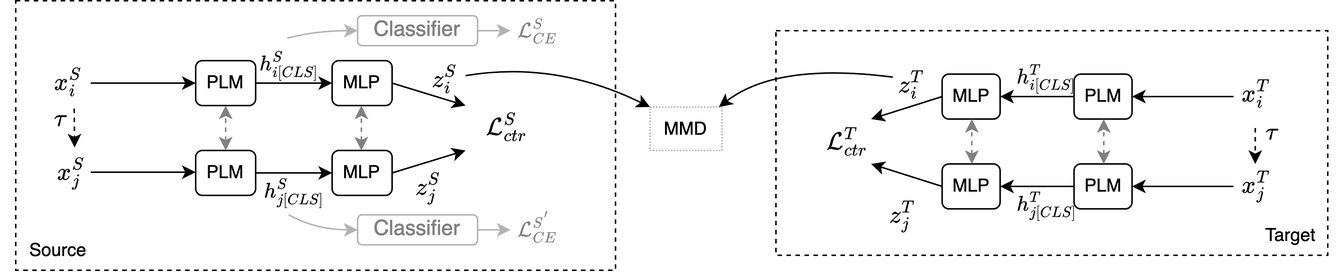
The draw.io diagram conda-framework.png in AmritaBh/ConDA-gen-text-detection, before a commit. Source tidied: cells renumbered, new cells last; positions are measured from the earlier drawing's top-left corner, leaving out a move shared by most shapes. Its diagram source:
```xml
<mxGraphModel math="1">
  <root>
    <mxCell id="0" />
    <mxCell id="1" parent="0" />
    <mxCell id="2" style="rounded=0;whiteSpace=wrap;html=1;fillColor=none;dashed=1;" parent="1" vertex="1">
      <mxGeometry x="517" y="20" width="368" height="150" as="geometry" />
    </mxCell>
    <mxCell id="3" style="rounded=0;whiteSpace=wrap;html=1;fillColor=none;dashed=1;" parent="1" vertex="1">
      <mxGeometry x="10" width="400" height="180" as="geometry" />
    </mxCell>
    <mxCell id="4" value="&lt;font style=&quot;font-size: 13px;&quot;&gt;&lt;font style=&quot;font-size: 14px;&quot;&gt;$$x^S_i$$&lt;/font&gt;&lt;/font&gt;" style="text;html=1;align=center;verticalAlign=middle;strokeColor=none;fillColor=none;" parent="1" vertex="1">
      <mxGeometry y="39" width="90" height="30" as="geometry" />
    </mxCell>
    <mxCell id="5" value="&lt;font style=&quot;font-size: 13px;&quot;&gt;&lt;font style=&quot;font-size: 14px;&quot;&gt;$$x^S_j$$&lt;/font&gt;&lt;/font&gt;" style="text;html=1;align=center;verticalAlign=middle;strokeColor=none;fillColor=none;" parent="1" vertex="1">
      <mxGeometry x="2" y="100" width="90" height="30" as="geometry" />
    </mxCell>
    <mxCell id="6" style="endArrow=classic;html=1;rounded=0;entryX=0.525;entryY=-0.133;entryDx=0;entryDy=0;entryPerimeter=0;strokeWidth=1;dashed=1;" parent="1" edge="1">
      <mxGeometry relative="1" as="geometry">
        <mxPoint x="49" y="72" as="sourcePoint" />
        <mxPoint x="49.2" y="98" as="targetPoint" />
      </mxGeometry>
    </mxCell>
    <mxCell id="7" value="&lt;font style=&quot;font-size: 13px;&quot;&gt;&lt;font style=&quot;font-size: 14px;&quot;&gt;$$\tau$$&lt;/font&gt;&lt;/font&gt;" style="text;html=1;align=center;verticalAlign=middle;strokeColor=none;fillColor=none;" parent="1" vertex="1">
      <mxGeometry y="65" width="80" height="30" as="geometry" />
    </mxCell>
    <mxCell id="8" value="PLM" style="rounded=1;whiteSpace=wrap;html=1;" parent="1" vertex="1">
      <mxGeometry x="130" y="40" width="40" height="30" as="geometry" />
    </mxCell>
    <mxCell id="9" value="PLM" style="rounded=1;whiteSpace=wrap;html=1;" parent="1" vertex="1">
      <mxGeometry x="130" y="100" width="40" height="30" as="geometry" />
    </mxCell>
    <mxCell id="10" style="endArrow=classic;startArrow=classic;html=1;rounded=0;dashed=1;strokeWidth=1;fontSize=14;entryX=0.5;entryY=1;entryDx=0;entryDy=0;exitX=0.5;exitY=0;exitDx=0;exitDy=0;strokeColor=#808080;" parent="1" edge="1" source="9" target="8">
      <mxGeometry relative="1" as="geometry" />
    </mxCell>
    <mxCell id="11" style="endArrow=classic;html=1;rounded=0;strokeWidth=1;fontSize=14;exitX=1;exitY=0.5;exitDx=0;exitDy=0;entryX=0;entryY=0.5;entryDx=0;entryDy=0;" parent="1" edge="1" source="8" target="12">
      <mxGeometry relative="1" as="geometry" />
    </mxCell>
    <mxCell id="12" value="MLP" style="rounded=1;whiteSpace=wrap;html=1;" parent="1" vertex="1">
      <mxGeometry x="221" y="40" width="40" height="30" as="geometry" />
    </mxCell>
    <mxCell id="13" value="MLP" style="rounded=1;whiteSpace=wrap;html=1;" parent="1" vertex="1">
      <mxGeometry x="221" y="100" width="40" height="30" as="geometry" />
    </mxCell>
    <mxCell id="14" style="endArrow=classic;html=1;rounded=0;strokeWidth=1;fontSize=14;exitX=1;exitY=0.5;exitDx=0;exitDy=0;entryX=0;entryY=0.5;entryDx=0;entryDy=0;" parent="1" edge="1" source="9" target="13">
      <mxGeometry relative="1" as="geometry" />
    </mxCell>
    <mxCell id="15" style="endArrow=classic;startArrow=classic;html=1;rounded=0;dashed=1;strokeWidth=1;fontSize=14;entryX=0.5;entryY=1;entryDx=0;entryDy=0;exitX=0.5;exitY=0;exitDx=0;exitDy=0;strokeColor=#808080;" parent="1" edge="1">
      <mxGeometry relative="1" as="geometry">
        <mxPoint x="240.5" y="100" as="sourcePoint" />
        <mxPoint x="240.5" y="70" as="targetPoint" />
      </mxGeometry>
    </mxCell>
    <mxCell id="16" style="endArrow=classic;html=1;rounded=0;strokeColor=#000000;strokeWidth=1;fontSize=14;exitX=1;exitY=0.5;exitDx=0;exitDy=0;" parent="1" edge="1" source="12">
      <mxGeometry relative="1" as="geometry">
        <mxPoint x="310" y="70" as="targetPoint" />
      </mxGeometry>
    </mxCell>
    <mxCell id="17" style="endArrow=classic;html=1;rounded=0;strokeColor=#000000;strokeWidth=1;fontSize=14;exitX=1;exitY=0.5;exitDx=0;exitDy=0;" parent="1" edge="1" source="13">
      <mxGeometry relative="1" as="geometry">
        <mxPoint x="310" y="100" as="targetPoint" />
      </mxGeometry>
    </mxCell>
    <mxCell id="18" value="$$\mathcal{L}^S_{ctr}$$" style="text;html=1;align=center;verticalAlign=middle;strokeColor=none;fillColor=none;fontSize=14;" parent="1" vertex="1">
      <mxGeometry x="252" y="69" width="170" height="30" as="geometry" />
    </mxCell>
    <mxCell id="19" value="$$z^S_j$$" style="text;html=1;align=center;verticalAlign=middle;strokeColor=none;fillColor=none;fontSize=14;" parent="1" vertex="1">
      <mxGeometry x="240" y="110" width="90" height="30" as="geometry" />
    </mxCell>
    <mxCell id="20" value="&lt;font color=&quot;#808080&quot;&gt;Classifier&lt;/font&gt;" style="rounded=1;whiteSpace=wrap;html=1;fontSize=14;strokeColor=#B3B3B3;" parent="1" vertex="1">
      <mxGeometry x="238" y="10" width="80" height="20" as="geometry" />
    </mxCell>
    <mxCell id="21" value="&lt;font style=&quot;font-size: 13px;&quot;&gt;&lt;font style=&quot;font-size: 12px;&quot;&gt;$$h^S_{i[CLS]}$$&lt;/font&gt;&lt;/font&gt;" style="text;html=1;align=center;verticalAlign=middle;points=[];strokeColor=none;fillColor=none;fontSize=14;" parent="1" vertex="1">
      <mxGeometry x="132" y="28" width="120" height="30" as="geometry" />
    </mxCell>
    <mxCell id="22" value="&lt;font style=&quot;font-size: 13px;&quot;&gt;&lt;font style=&quot;font-size: 12px;&quot;&gt;$$h^S_{j[CLS]}$$&lt;/font&gt;&lt;/font&gt;" style="text;html=1;align=center;verticalAlign=middle;points=[];strokeColor=none;fillColor=none;fontSize=14;" parent="1" vertex="1">
      <mxGeometry x="136" y="113" width="120" height="30" as="geometry" />
    </mxCell>
    <mxCell id="23" style="curved=1;endArrow=classic;html=1;rounded=0;strokeColor=#B3B3B3;strokeWidth=1;fontSize=12;entryX=0;entryY=0.5;entryDx=0;entryDy=0;exitX=0.492;exitY=-0.1;exitDx=0;exitDy=0;exitPerimeter=0;" parent="1" edge="1" source="21" target="20">
      <mxGeometry relative="1" as="geometry">
        <Array as="points">
          <mxPoint x="210" y="20" />
        </Array>
      </mxGeometry>
    </mxCell>
    <mxCell id="24" value="&lt;font color=&quot;#808080&quot;&gt;Classifier&lt;/font&gt;" style="rounded=1;whiteSpace=wrap;html=1;fontSize=14;strokeColor=#B3B3B3;" parent="1" vertex="1">
      <mxGeometry x="238" y="143" width="80" height="20" as="geometry" />
    </mxCell>
    <mxCell id="25" style="curved=1;endArrow=classic;html=1;rounded=0;strokeColor=#B3B3B3;strokeWidth=1;fontSize=12;entryX=0;entryY=0.5;entryDx=0;entryDy=0;exitX=0.467;exitY=1;exitDx=0;exitDy=0;exitPerimeter=0;" parent="1" edge="1" source="22" target="24">
      <mxGeometry relative="1" as="geometry">
        <Array as="points">
          <mxPoint x="210" y="153" />
        </Array>
      </mxGeometry>
    </mxCell>
    <mxCell id="26" style="endArrow=classic;html=1;rounded=0;strokeColor=#B3B3B3;strokeWidth=1;fontSize=12;fontColor=#808080;exitX=1;exitY=0.5;exitDx=0;exitDy=0;" parent="1" edge="1" source="20">
      <mxGeometry relative="1" as="geometry">
        <mxPoint x="340" y="20" as="targetPoint" />
      </mxGeometry>
    </mxCell>
    <mxCell id="27" value="$$\mathcal{L}^S_{CE}$$" style="text;html=1;align=center;verticalAlign=middle;strokeColor=none;fillColor=none;fontSize=12;fontColor=#808080;" parent="1" vertex="1">
      <mxGeometry x="278" y="5" width="160" height="30" as="geometry" />
    </mxCell>
    <mxCell id="28" value="$$\mathcal{L}^{S^{'}}_{CE}$$" style="text;html=1;align=center;verticalAlign=middle;strokeColor=none;fillColor=none;fontSize=12;fontColor=#808080;" parent="1" vertex="1">
      <mxGeometry x="268" y="136" width="180" height="30" as="geometry" />
    </mxCell>
    <mxCell id="29" style="endArrow=classic;html=1;rounded=0;strokeColor=#B3B3B3;strokeWidth=1;fontSize=12;fontColor=#808080;exitX=1;exitY=0.5;exitDx=0;exitDy=0;" parent="1" edge="1" source="24">
      <mxGeometry relative="1" as="geometry">
        <mxPoint x="340" y="153" as="targetPoint" />
      </mxGeometry>
    </mxCell>
    <mxCell id="30" value="MMD" style="rounded=0;whiteSpace=wrap;html=1;strokeColor=#B3B3B3;fontSize=12;fontColor=#000000;dashed=1;dashPattern=1 1;" parent="1" vertex="1">
      <mxGeometry x="433" y="71" width="48" height="29" as="geometry" />
    </mxCell>
    <mxCell id="31" style="endArrow=classic;html=1;rounded=0;strokeColor=#000000;strokeWidth=1;fontSize=12;fontColor=#000000;entryX=0;entryY=0.5;entryDx=0;entryDy=0;" parent="1" edge="1" target="8">
      <mxGeometry relative="1" as="geometry">
        <mxPoint x="60" y="55" as="sourcePoint" />
      </mxGeometry>
    </mxCell>
    <mxCell id="32" style="endArrow=classic;html=1;rounded=0;strokeColor=#000000;strokeWidth=1;fontSize=12;fontColor=#000000;entryX=0;entryY=0.5;entryDx=0;entryDy=0;" parent="1" edge="1">
      <mxGeometry relative="1" as="geometry">
        <mxPoint x="60" y="114.5" as="sourcePoint" />
        <mxPoint x="130" y="114.5" as="targetPoint" />
      </mxGeometry>
    </mxCell>
    <mxCell id="33" value="&lt;font style=&quot;font-size: 13px;&quot;&gt;&lt;font style=&quot;font-size: 14px;&quot;&gt;$$x^T_j$$&lt;/font&gt;&lt;/font&gt;" style="text;html=1;align=center;verticalAlign=middle;strokeColor=none;fillColor=none;" parent="1" vertex="1">
      <mxGeometry x="792.2" y="109" width="90" height="30" as="geometry" />
    </mxCell>
    <mxCell id="34" value="&lt;font style=&quot;font-size: 13px;&quot;&gt;&lt;font style=&quot;font-size: 14px;&quot;&gt;$$x^T_i$$&lt;/font&gt;&lt;/font&gt;" style="text;html=1;align=center;verticalAlign=middle;strokeColor=none;fillColor=none;" parent="1" vertex="1">
      <mxGeometry x="792.2" y="47" width="90" height="30" as="geometry" />
    </mxCell>
    <mxCell id="35" value="$$\mathcal{L}^T_{ctr}$$" style="text;html=1;align=center;verticalAlign=middle;strokeColor=none;fillColor=none;fontSize=14;" parent="1" vertex="1">
      <mxGeometry x="478.9" y="79" width="170" height="30" as="geometry" />
    </mxCell>
    <mxCell id="36" value="&lt;font style=&quot;font-size: 13px;&quot;&gt;&lt;font style=&quot;font-size: 12px;&quot;&gt;$$h^T_{j[CLS]}$$&lt;/font&gt;&lt;/font&gt;" style="text;html=1;align=center;verticalAlign=middle;strokeColor=none;fillColor=none;fontSize=14;" parent="1" vertex="1">
      <mxGeometry x="638.5" y="122" width="120" height="30" as="geometry" />
    </mxCell>
    <mxCell id="37" style="endArrow=classic;html=1;rounded=0;entryX=0.525;entryY=-0.133;entryDx=0;entryDy=0;entryPerimeter=0;strokeWidth=1;dashed=1;" parent="1" edge="1">
      <mxGeometry relative="1" as="geometry">
        <mxPoint x="836.7" y="85" as="sourcePoint" />
        <mxPoint x="836.7" y="109" as="targetPoint" />
      </mxGeometry>
    </mxCell>
    <mxCell id="38" value="PLM" style="rounded=1;whiteSpace=wrap;html=1;" parent="1" vertex="1">
      <mxGeometry x="715.8" y="49" width="38.7" height="30" as="geometry" />
    </mxCell>
    <mxCell id="39" value="PLM" style="rounded=1;whiteSpace=wrap;html=1;" parent="1" vertex="1">
      <mxGeometry x="715.8" y="109" width="38.7" height="30" as="geometry" />
    </mxCell>
    <mxCell id="40" style="endArrow=classic;startArrow=classic;html=1;rounded=0;dashed=1;strokeWidth=1;fontSize=14;entryX=0.5;entryY=1;entryDx=0;entryDy=0;exitX=0.5;exitY=0;exitDx=0;exitDy=0;strokeColor=#808080;" parent="1" edge="1">
      <mxGeometry relative="1" as="geometry">
        <mxPoint x="735.6" y="109" as="sourcePoint" />
        <mxPoint x="735.6" y="79" as="targetPoint" />
      </mxGeometry>
    </mxCell>
    <mxCell id="41" value="MLP" style="rounded=1;whiteSpace=wrap;html=1;" parent="1" vertex="1">
      <mxGeometry x="627.8" y="49" width="38.7" height="30" as="geometry" />
    </mxCell>
    <mxCell id="42" value="MLP" style="rounded=1;whiteSpace=wrap;html=1;" parent="1" vertex="1">
      <mxGeometry x="627.8" y="109" width="38.7" height="30" as="geometry" />
    </mxCell>
    <mxCell id="43" style="endArrow=classic;html=1;rounded=0;strokeWidth=1;fontSize=14;" parent="1" edge="1" source="38" target="41">
      <mxGeometry relative="1" as="geometry" />
    </mxCell>
    <mxCell id="44" style="endArrow=classic;html=1;rounded=0;strokeWidth=1;fontSize=14;" parent="1" edge="1" source="39" target="42">
      <mxGeometry relative="1" as="geometry" />
    </mxCell>
    <mxCell id="45" style="endArrow=classic;startArrow=classic;html=1;rounded=0;dashed=1;strokeWidth=1;fontSize=14;entryX=0.5;entryY=1;entryDx=0;entryDy=0;exitX=0.5;exitY=0;exitDx=0;exitDy=0;strokeColor=#808080;" parent="1" edge="1">
      <mxGeometry relative="1" as="geometry">
        <mxPoint x="647.6" y="109" as="sourcePoint" />
        <mxPoint x="647.6" y="79" as="targetPoint" />
      </mxGeometry>
    </mxCell>
    <mxCell id="46" style="endArrow=classic;html=1;rounded=0;strokeColor=#000000;strokeWidth=1;fontSize=14;exitX=1;exitY=0.5;exitDx=0;exitDy=0;" parent="1" edge="1">
      <mxGeometry relative="1" as="geometry">
        <mxPoint x="627.8" y="64" as="sourcePoint" />
        <mxPoint x="580.5" y="79" as="targetPoint" />
      </mxGeometry>
    </mxCell>
    <mxCell id="47" style="endArrow=classic;html=1;rounded=0;strokeColor=#000000;strokeWidth=1;fontSize=14;exitX=1;exitY=0.5;exitDx=0;exitDy=0;" parent="1" edge="1">
      <mxGeometry relative="1" as="geometry">
        <mxPoint x="627.8" y="124" as="sourcePoint" />
        <mxPoint x="580.5" y="109" as="targetPoint" />
      </mxGeometry>
    </mxCell>
    <mxCell id="48" value="$$z^T_j$$" style="text;html=1;align=center;verticalAlign=middle;strokeColor=none;fillColor=none;fontSize=14;" parent="1" vertex="1">
      <mxGeometry x="556.3" y="129" width="90" height="30" as="geometry" />
    </mxCell>
    <mxCell id="49" value="&lt;font style=&quot;font-size: 13px;&quot;&gt;&lt;font style=&quot;font-size: 12px;&quot;&gt;$$h^T_{i[CLS]}$$&lt;/font&gt;&lt;/font&gt;" style="text;html=1;align=center;verticalAlign=middle;strokeColor=none;fillColor=none;fontSize=14;" parent="1" vertex="1">
      <mxGeometry x="636.5" y="37" width="120" height="30" as="geometry" />
    </mxCell>
    <mxCell id="50" value="$$z^T_i$$" style="text;html=1;align=center;verticalAlign=middle;strokeColor=none;fillColor=none;fontSize=14;" parent="1" vertex="1">
      <mxGeometry x="562.1" y="41" width="90" height="30" as="geometry" />
    </mxCell>
    <mxCell id="51" style="endArrow=classic;html=1;rounded=0;strokeColor=#000000;strokeWidth=1;fontSize=12;fontColor=#000000;entryX=0;entryY=0.5;entryDx=0;entryDy=0;" parent="1" edge="1">
      <mxGeometry relative="1" as="geometry">
        <mxPoint x="822.2" y="64" as="sourcePoint" />
        <mxPoint x="754.5" y="64" as="targetPoint" />
      </mxGeometry>
    </mxCell>
    <mxCell id="52" style="endArrow=classic;html=1;rounded=0;strokeColor=#000000;strokeWidth=1;fontSize=12;fontColor=#000000;entryX=0;entryY=0.5;entryDx=0;entryDy=0;" parent="1" edge="1">
      <mxGeometry relative="1" as="geometry">
        <mxPoint x="822.2" y="124" as="sourcePoint" />
        <mxPoint x="754.5" y="124" as="targetPoint" />
      </mxGeometry>
    </mxCell>
    <mxCell id="53" style="curved=1;endArrow=classic;html=1;rounded=0;strokeColor=#000000;strokeWidth=1;fontSize=12;fontColor=#000000;" parent="1" edge="1">
      <mxGeometry relative="1" as="geometry">
        <mxPoint x="595" y="51" as="sourcePoint" />
        <mxPoint x="478.9" y="71" as="targetPoint" />
        <Array as="points">
          <mxPoint x="517.6" y="41" />
        </Array>
      </mxGeometry>
    </mxCell>
    <mxCell id="54" value="&lt;font style=&quot;font-size: 13px;&quot;&gt;&lt;font style=&quot;font-size: 14px;&quot;&gt;$$\tau$$&lt;/font&gt;&lt;/font&gt;" style="text;html=1;align=center;verticalAlign=middle;strokeColor=none;fillColor=none;" parent="1" vertex="1">
      <mxGeometry x="807.7" y="74" width="80" height="30" as="geometry" />
    </mxCell>
    <mxCell id="55" value="Target" style="text;html=1;align=center;verticalAlign=middle;strokeColor=none;fillColor=none;fontSize=12;fontColor=#000000;" parent="1" vertex="1">
      <mxGeometry x="830.2" y="142" width="60" height="30" as="geometry" />
    </mxCell>
    <mxCell id="56" value="Source" style="text;html=1;align=center;verticalAlign=middle;strokeColor=none;fillColor=none;fontSize=12;fontColor=#000000;" parent="1" vertex="1">
      <mxGeometry x="8" y="152" width="60" height="30" as="geometry" />
    </mxCell>
    <mxCell id="57" style="curved=1;endArrow=classic;html=1;rounded=0;strokeColor=#000000;strokeWidth=1;fontSize=12;fontColor=#000000;entryX=0;entryY=0;entryDx=0;entryDy=0;" parent="1" edge="1" target="30">
      <mxGeometry relative="1" as="geometry">
        <mxPoint x="310" y="50" as="sourcePoint" />
        <Array as="points">
          <mxPoint x="370" y="40" />
        </Array>
      </mxGeometry>
    </mxCell>
    <mxCell id="58" value="$$z^S_i$$" style="text;html=1;align=center;verticalAlign=middle;strokeColor=none;fillColor=none;fontSize=14;" parent="1" vertex="1">
      <mxGeometry x="251" y="37" width="90" height="30" as="geometry" />
    </mxCell>
  </root>
</mxGraphModel>
```
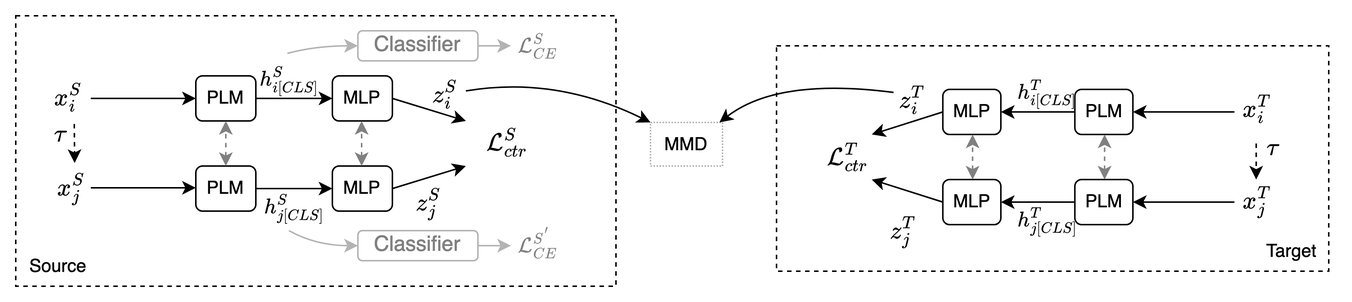
Later version of the same file.

The edit, as a diff of the source:
```diff
@@ -2,6 +2,9 @@
   <root>
     <mxCell id="0" />
     <mxCell id="1" parent="0" />
+    <mxCell id="59" style="rounded=0;whiteSpace=wrap;html=1;fillColor=#FFFFFF;strokeColor=#ffffff;" parent="1" vertex="1">
+      <mxGeometry y="-10" width="900" height="200" as="geometry" />
+    </mxCell>
     <mxCell id="2" style="rounded=0;whiteSpace=wrap;html=1;fillColor=none;dashed=1;" parent="1" vertex="1">
       <mxGeometry x="517" y="20" width="368" height="150" as="geometry" />
     </mxCell>
```
